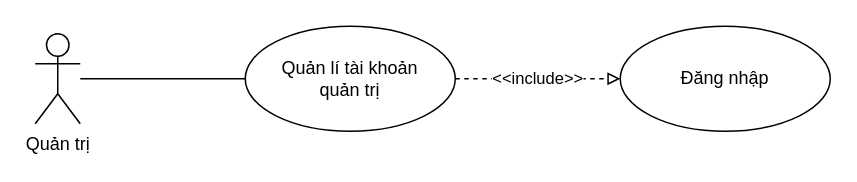
The draw.io diagram page "Page-6" (6 of 7) of Nam3_HK1/CNPM_SoftTech/Usecase Diagrams/UseCaseDiagram_TongQuat.drawio in EdgarIgnite16/SGU-Course, before the edit. Source tidied: cells renumbered, new cells numbered last; positions are measured from the earlier drawing's top-left corner, leaving out a move shared by most shapes. Both pictures are drawn from the tidied source at 150%, with x=0, y=0 at pixel (34, 26).
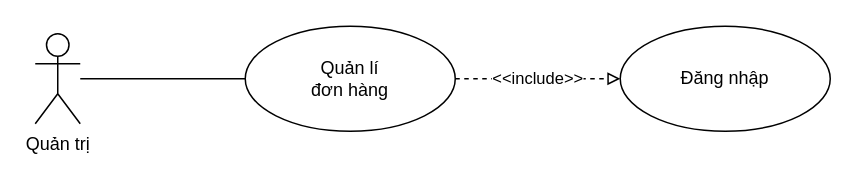
Above is the later version.

Diff of the diagram source:
```diff
@@
 <mxGraphModel>
   <root>
     <mxCell id="0" />
     <mxCell id="1" parent="0" />
     <mxCell id="2" value="Quản trị" style="shape=umlActor;verticalLabelPosition=bottom;verticalAlign=top;html=1;outlineConnect=0;" parent="1" vertex="1">
       <mxGeometry y="5" width="30" height="60" as="geometry" />
     </mxCell>
     <mxCell id="3" value="Đăng nhập" style="ellipse;whiteSpace=wrap;html=1;" parent="1" vertex="1">
       <mxGeometry x="390" width="140" height="70" as="geometry" />
     </mxCell>
-    <mxCell id="4" value="Quản lí tài khoản &lt;br&gt;quản trị" style="ellipse;whiteSpace=wrap;html=1;" parent="1" vertex="1">
+    <mxCell id="4" value="Quản lí&lt;br&gt;đơn hàng" style="ellipse;whiteSpace=wrap;html=1;" parent="1" vertex="1">
       <mxGeometry x="140" width="140" height="70" as="geometry" />
     </mxCell>
     <mxCell id="5" style="edgeStyle=none;rounded=0;jettySize=auto;html=1;endArrow=none;endFill=0;" parent="1" edge="1" source="4" target="2">
       <mxGeometry relative="1" as="geometry" />
     </mxCell>
     <mxCell id="6" value="&amp;lt;&amp;lt;include&amp;gt;&amp;gt;" style="edgeStyle=none;rounded=0;jettySize=auto;html=1;startArrow=none;startFill=0;endArrow=block;endFill=0;dashed=1;" parent="1" edge="1" source="4" target="3">
       <mxGeometry relative="1" as="geometry" />
     </mxCell>
   </root>
 </mxGraphModel>
```
